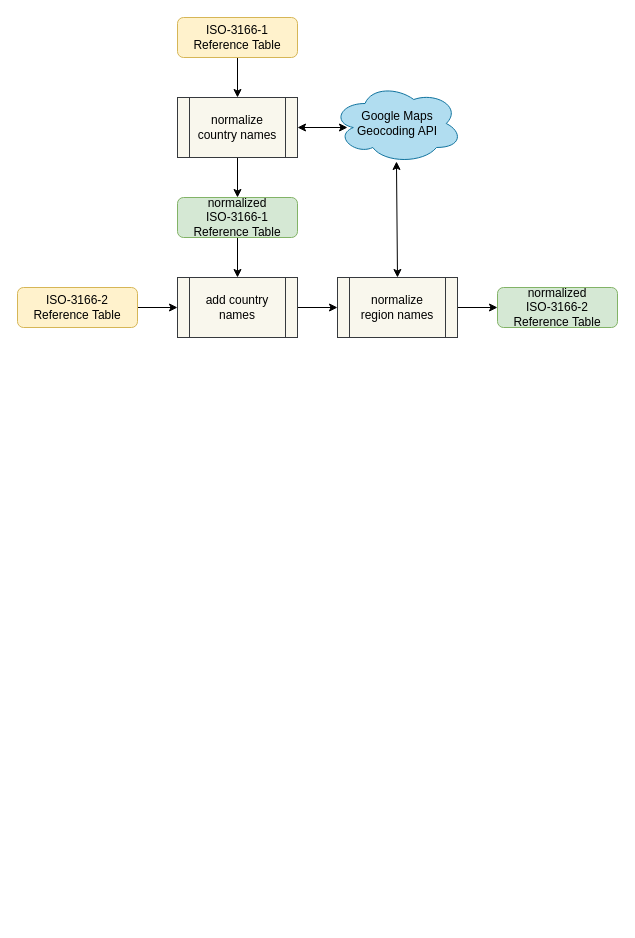
Earlier version of the draw.io diagram drawings/geocode_normalize.drawio (p-friedl/dataeng-capstone). Source tidied: cells renumbered, new cells numbered last; positions are measured from the earlier drawing's top-left corner, leaving out a move shared by most shapes. Both pictures are drawn from the tidied source at 100%, with x=0, y=0 at pixel (17, 17).
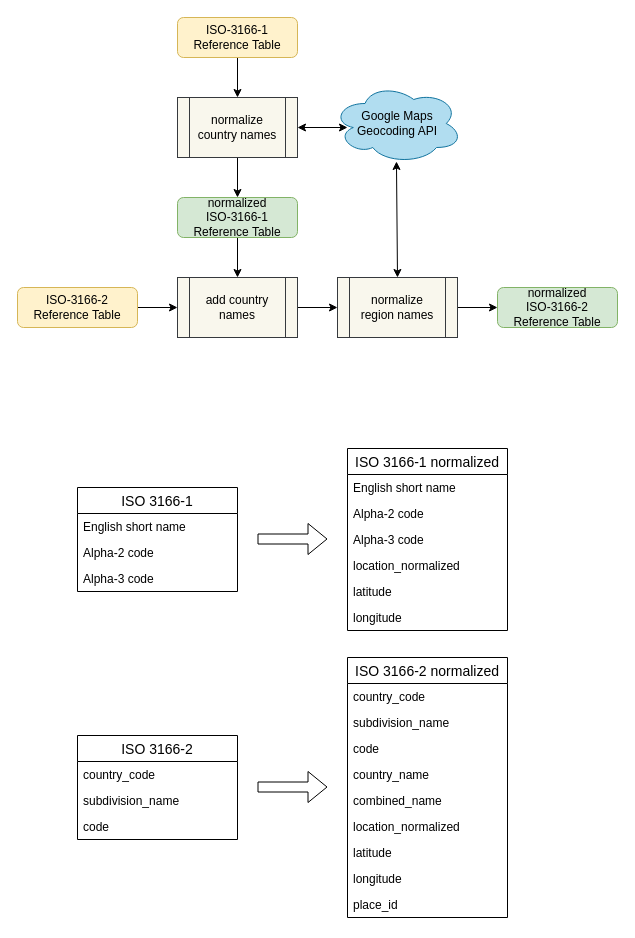
The same page after the edit.

Commit message:
update drawing with tables

Diff of the diagram source:
```diff
@@
+    <mxCell id="18" value="ISO 3166-1" style="swimlane;fontStyle=0;horizontal=1;startSize=26;align=center;fontSize=14;" parent="1" vertex="1">
+      <mxGeometry x="60" y="470" width="160" height="104" as="geometry" />
+    </mxCell>
+    <mxCell id="19" value="English short name" style="text;strokeColor=none;fillColor=none;spacingLeft=4;spacingRight=4;overflow=hidden;fontSize=12;" parent="18" vertex="1">
+      <mxGeometry y="26" width="160" height="26" as="geometry" />
+    </mxCell>
+    <mxCell id="20" value="Alpha-2 code" style="text;strokeColor=none;fillColor=none;spacingLeft=4;spacingRight=4;overflow=hidden;fontSize=12;" parent="18" vertex="1">
+      <mxGeometry y="52" width="160" height="26" as="geometry" />
+    </mxCell>
+    <mxCell id="21" value="Alpha-3 code" style="text;strokeColor=none;fillColor=none;spacingLeft=4;spacingRight=4;overflow=hidden;fontSize=12;" parent="18" vertex="1">
+      <mxGeometry y="78" width="160" height="26" as="geometry" />
+    </mxCell>
+    <mxCell id="22" value="ISO 3166-1 normalized" style="swimlane;fontStyle=0;horizontal=1;startSize=26;align=center;fontSize=14;" parent="1" vertex="1">
+      <mxGeometry x="330" y="431" width="160" height="182" as="geometry" />
+    </mxCell>
+    <mxCell id="23" value="English short name" style="text;strokeColor=none;fillColor=none;spacingLeft=4;spacingRight=4;overflow=hidden;fontSize=12;" parent="22" vertex="1">
+      <mxGeometry y="26" width="160" height="26" as="geometry" />
+    </mxCell>
+    <mxCell id="24" value="Alpha-2 code" style="text;strokeColor=none;fillColor=none;spacingLeft=4;spacingRight=4;overflow=hidden;fontSize=12;" parent="22" vertex="1">
+      <mxGeometry y="52" width="160" height="26" as="geometry" />
+    </mxCell>
+    <mxCell id="25" value="Alpha-3 code" style="text;strokeColor=none;fillColor=none;spacingLeft=4;spacingRight=4;overflow=hidden;fontSize=12;" parent="22" vertex="1">
+      <mxGeometry y="78" width="160" height="26" as="geometry" />
+    </mxCell>
+    <mxCell id="26" value="location_normalized" style="text;strokeColor=none;fillColor=none;spacingLeft=4;spacingRight=4;overflow=hidden;fontSize=12;" parent="22" vertex="1">
+      <mxGeometry y="104" width="160" height="26" as="geometry" />
+    </mxCell>
+    <mxCell id="27" value="latitude" style="text;strokeColor=none;fillColor=none;spacingLeft=4;spacingRight=4;overflow=hidden;fontSize=12;" parent="22" vertex="1">
+      <mxGeometry y="130" width="160" height="26" as="geometry" />
+    </mxCell>
+    <mxCell id="28" value="longitude" style="text;strokeColor=none;fillColor=none;spacingLeft=4;spacingRight=4;overflow=hidden;fontSize=12;" parent="22" vertex="1">
+      <mxGeometry y="156" width="160" height="26" as="geometry" />
+    </mxCell>
+    <mxCell id="29" value="ISO 3166-2 normalized" style="swimlane;fontStyle=0;horizontal=1;startSize=26;align=center;fontSize=14;" parent="1" vertex="1">
+      <mxGeometry x="330" y="640" width="160" height="260" as="geometry" />
+    </mxCell>
+    <mxCell id="30" value="country_code" style="text;strokeColor=none;fillColor=none;spacingLeft=4;spacingRight=4;overflow=hidden;fontSize=12;" parent="29" vertex="1">
+      <mxGeometry y="26" width="160" height="26" as="geometry" />
+    </mxCell>
+    <mxCell id="31" value="subdivision_name" style="text;strokeColor=none;fillColor=none;spacingLeft=4;spacingRight=4;overflow=hidden;fontSize=12;" parent="29" vertex="1">
+      <mxGeometry y="52" width="160" height="26" as="geometry" />
+    </mxCell>
+    <mxCell id="32" value="code" style="text;strokeColor=none;fillColor=none;spacingLeft=4;spacingRight=4;overflow=hidden;fontSize=12;" parent="29" vertex="1">
+      <mxGeometry y="78" width="160" height="26" as="geometry" />
+    </mxCell>
+    <mxCell id="33" value="country_name" style="text;strokeColor=none;fillColor=none;spacingLeft=4;spacingRight=4;overflow=hidden;fontSize=12;" parent="29" vertex="1">
+      <mxGeometry y="104" width="160" height="26" as="geometry" />
+    </mxCell>
+    <mxCell id="34" value="combined_name" style="text;strokeColor=none;fillColor=none;spacingLeft=4;spacingRight=4;overflow=hidden;fontSize=12;" parent="29" vertex="1">
+      <mxGeometry y="130" width="160" height="26" as="geometry" />
+    </mxCell>
+    <mxCell id="35" value="location_normalized" style="text;strokeColor=none;fillColor=none;spacingLeft=4;spacingRight=4;overflow=hidden;fontSize=12;" parent="29" vertex="1">
+      <mxGeometry y="156" width="160" height="26" as="geometry" />
+    </mxCell>
+    <mxCell id="36" value="latitude" style="text;strokeColor=none;fillColor=none;spacingLeft=4;spacingRight=4;overflow=hidden;fontSize=12;" parent="29" vertex="1">
+      <mxGeometry y="182" width="160" height="26" as="geometry" />
+    </mxCell>
+    <mxCell id="37" value="longitude" style="text;strokeColor=none;fillColor=none;spacingLeft=4;spacingRight=4;overflow=hidden;fontSize=12;" parent="29" vertex="1">
+      <mxGeometry y="208" width="160" height="26" as="geometry" />
+    </mxCell>
+    <mxCell id="38" value="place_id" style="text;strokeColor=none;fillColor=none;spacingLeft=4;spacingRight=4;overflow=hidden;fontSize=12;" parent="29" vertex="1">
+      <mxGeometry y="234" width="160" height="26" as="geometry" />
+    </mxCell>
+    <mxCell id="39" value="ISO 3166-2" style="swimlane;fontStyle=0;horizontal=1;startSize=26;align=center;fontSize=14;" parent="1" vertex="1">
+      <mxGeometry x="60" y="718" width="160" height="104" as="geometry" />
+    </mxCell>
+    <mxCell id="40" value="country_code" style="text;strokeColor=none;fillColor=none;spacingLeft=4;spacingRight=4;overflow=hidden;fontSize=12;" parent="39" vertex="1">
+      <mxGeometry y="26" width="160" height="26" as="geometry" />
+    </mxCell>
+    <mxCell id="41" value="subdivision_name" style="text;strokeColor=none;fillColor=none;spacingLeft=4;spacingRight=4;overflow=hidden;fontSize=12;" parent="39" vertex="1">
+      <mxGeometry y="52" width="160" height="26" as="geometry" />
+    </mxCell>
+    <mxCell id="42" value="code" style="text;strokeColor=none;fillColor=none;spacingLeft=4;spacingRight=4;overflow=hidden;fontSize=12;" parent="39" vertex="1">
+      <mxGeometry y="78" width="160" height="26" as="geometry" />
+    </mxCell>
+    <mxCell id="43" style="shape=flexArrow;endArrow=classic;html=1;" parent="1" edge="1">
+      <mxGeometry relative="1" as="geometry">
+        <mxPoint x="240" y="769.5" as="sourcePoint" />
+        <mxPoint x="310" y="769.5" as="targetPoint" />
+      </mxGeometry>
+    </mxCell>
+    <mxCell id="44" style="shape=flexArrow;endArrow=classic;html=1;" parent="1" edge="1">
+      <mxGeometry relative="1" as="geometry">
+        <mxPoint x="240" y="521.5" as="sourcePoint" />
+        <mxPoint x="310" y="521.5" as="targetPoint" />
+      </mxGeometry>
+    </mxCell>
```
